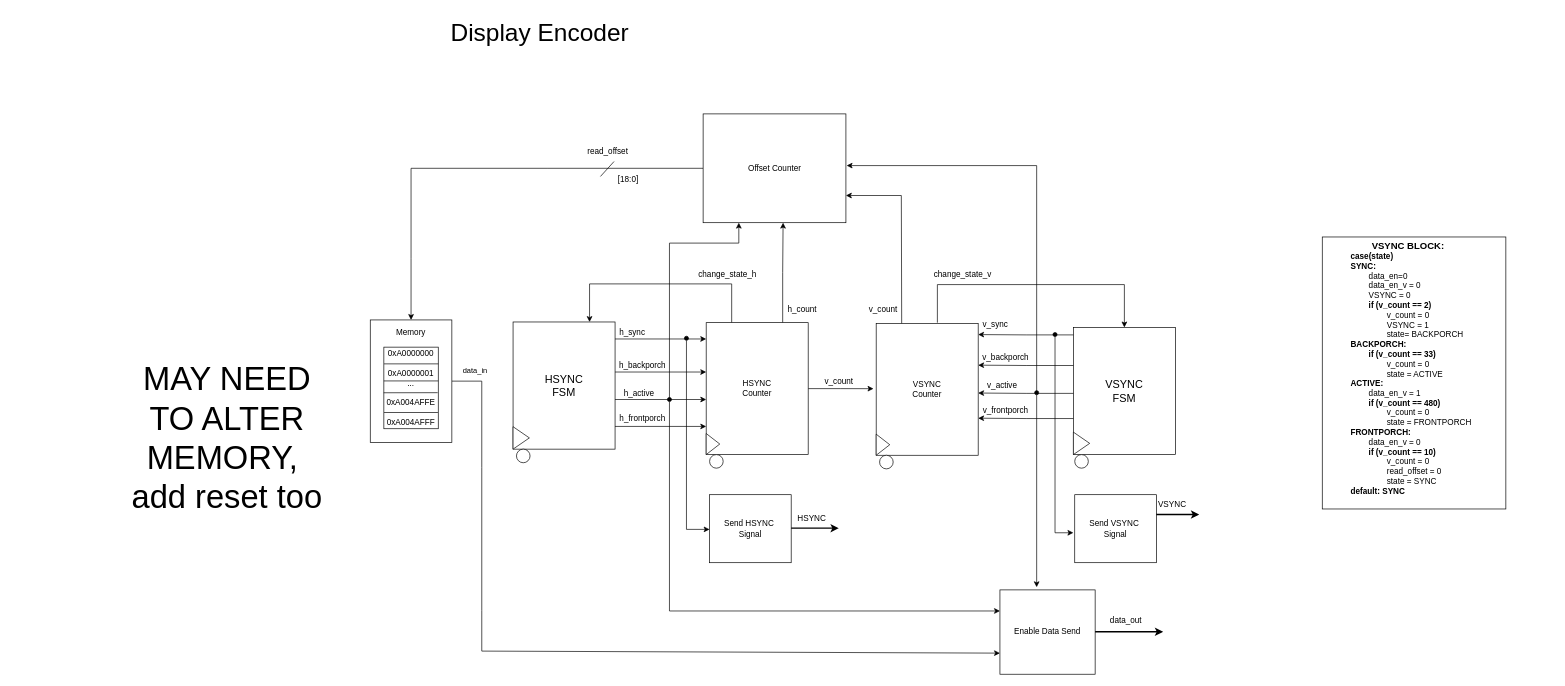
limichael246/STARS_2024 keeps this draw.io diagram as Display_Encoder2.0.drawio. Above is the earlier version. Source tidied: cells renumbered, new cells numbered last; positions are measured from the earlier drawing's top-left corner, leaving out a move shared by most shapes. Both pictures are drawn from the tidied source at 68%, with x=0, y=0 at pixel (125, 12).
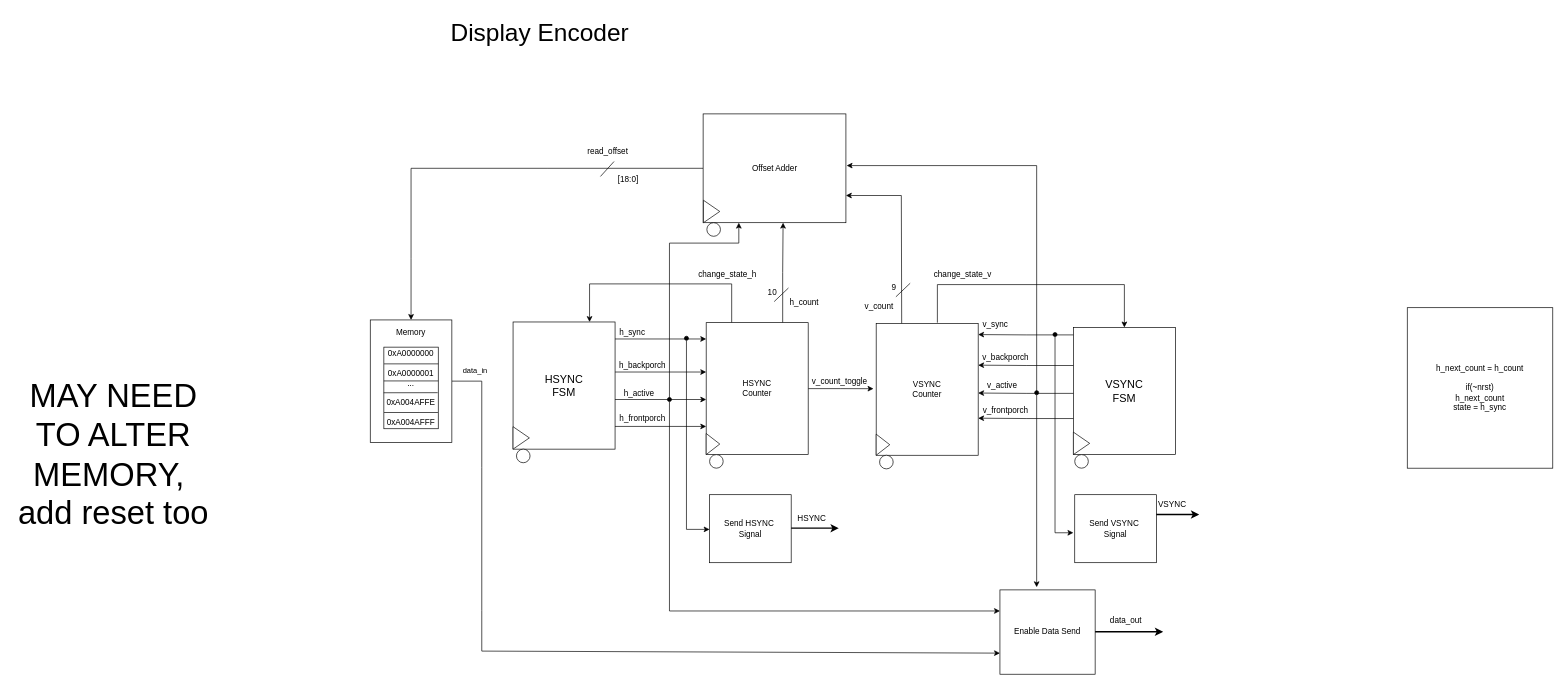
The same page after the edit.

The edit, as a diff of the source:
```diff
@@
-    <mxCell id="15" value="&lt;blockquote style=&quot;margin: 0 0 0 40px; border: none; padding: 0px;&quot;&gt;&lt;b&gt;&lt;font style=&quot;font-size: 14px;&quot;&gt;&lt;span style=&quot;white-space: pre;&quot;&gt;&#9;&lt;/span&gt;VSYNC BLOCK:&lt;/font&gt;&lt;/b&gt;&lt;div&gt;&lt;b&gt;case(state)&lt;/b&gt;&lt;/div&gt;&lt;div&gt;&lt;b&gt;SYNC:&lt;/b&gt;&lt;/div&gt;&lt;div&gt;&lt;div&gt;&lt;span style=&quot;white-space: pre;&quot;&gt;&#9;&lt;/span&gt;data_en=0&lt;/div&gt;&lt;/div&gt;&lt;div&gt;&lt;div&gt;&lt;span style=&quot;white-space: pre;&quot;&gt;&#9;&lt;/span&gt;data_en_v = 0&lt;/div&gt;&lt;/div&gt;&lt;div&gt;&lt;div&gt;&lt;span style=&quot;white-space: pre;&quot;&gt;&#9;&lt;/span&gt;VSYNC = 0&lt;/div&gt;&lt;/div&gt;&lt;div&gt;&lt;div&gt;&lt;div&gt;&lt;b&gt;&lt;span style=&quot;white-space: pre;&quot;&gt;&#9;&lt;/span&gt;if (v_count == 2)&lt;/b&gt;&lt;/div&gt;&lt;/div&gt;&lt;/div&gt;&lt;div&gt;&lt;div&gt;&lt;div&gt;&lt;span style=&quot;white-space: pre;&quot;&gt;&#9;&lt;span style=&quot;white-space: pre;&quot;&gt;&#9;&lt;/span&gt;&lt;/span&gt;v_count = 0&lt;/div&gt;&lt;/div&gt;&lt;/div&gt;&lt;div&gt;&lt;span style=&quot;white-space: pre;&quot;&gt;&#9;&lt;/span&gt;&lt;span style=&quot;white-space: pre;&quot;&gt;&#9;&lt;/span&gt;&lt;span style=&quot;background-color: initial;&quot;&gt;VSYNC = 1&lt;/span&gt;&lt;/div&gt;&lt;div&gt;&lt;div&gt;&lt;span style=&quot;white-space: pre;&quot;&gt;&#9;&lt;span style=&quot;white-space: pre;&quot;&gt;&#9;&lt;/span&gt;&lt;/span&gt;state= BACKPORCH&lt;/div&gt;&lt;/div&gt;&lt;div&gt;&lt;div&gt;&lt;b&gt;BACKPORCH:&lt;/b&gt;&lt;/div&gt;&lt;/div&gt;&lt;div&gt;&lt;div&gt;&lt;div&gt;&lt;div&gt;&lt;b&gt;&lt;span style=&quot;white-space: pre;&quot;&gt;&#9;&lt;/span&gt;if (v_count == 33)&lt;/b&gt;&lt;/div&gt;&lt;/div&gt;&lt;/div&gt;&lt;/div&gt;&lt;div&gt;&lt;div&gt;&lt;div&gt;&lt;div&gt;&lt;span style=&quot;white-space: pre;&quot;&gt;&#9;&lt;span style=&quot;white-space: pre;&quot;&gt;&#9;&lt;/span&gt;&lt;/span&gt;v_count = 0&lt;/div&gt;&lt;/div&gt;&lt;/div&gt;&lt;/div&gt;&lt;div&gt;&lt;div&gt;&lt;div&gt;&lt;span style=&quot;white-space: pre;&quot;&gt;&#9;&lt;span style=&quot;white-space: pre;&quot;&gt;&#9;&lt;/span&gt;&lt;/span&gt;state = ACTIVE&lt;/div&gt;&lt;/div&gt;&lt;/div&gt;&lt;div&gt;&lt;div&gt;&lt;b&gt;ACTIVE:&lt;/b&gt;&lt;/div&gt;&lt;/div&gt;&lt;div&gt;&lt;div&gt;&lt;span style=&quot;white-space: pre;&quot;&gt;&#9;&lt;/span&gt;data_en_v = 1&lt;/div&gt;&lt;/div&gt;&lt;div&gt;&lt;div&gt;&lt;div&gt;&lt;div&gt;&lt;b&gt;&lt;span style=&quot;white-space: pre;&quot;&gt;&#9;&lt;/span&gt;if (v_count == 480)&lt;/b&gt;&lt;/div&gt;&lt;/div&gt;&lt;/div&gt;&lt;/div&gt;&lt;div&gt;&lt;div&gt;&lt;div&gt;&lt;div&gt;&lt;span style=&quot;white-space: pre;&quot;&gt;&#9;&lt;/span&gt;&lt;span style=&quot;white-space: pre;&quot;&gt;&#9;&lt;/span&gt;v_count = 0&lt;/div&gt;&lt;/div&gt;&lt;/div&gt;&lt;/div&gt;&lt;div&gt;&lt;div&gt;&lt;div&gt;&lt;span style=&quot;white-space: pre;&quot;&gt;&#9;&lt;/span&gt;&lt;span style=&quot;white-space: pre;&quot;&gt;&#9;&lt;/span&gt;state = FRONTPORCH&lt;/div&gt;&lt;/div&gt;&lt;/div&gt;&lt;div&gt;&lt;div&gt;&lt;b&gt;FRONTPORCH:&lt;/b&gt;&lt;/div&gt;&lt;/div&gt;&lt;div&gt;&lt;div&gt;&lt;span style=&quot;white-space: pre;&quot;&gt;&#9;&lt;/span&gt;data_en_v = 0&lt;/div&gt;&lt;/div&gt;&lt;div&gt;&lt;div&gt;&lt;div&gt;&lt;b&gt;&lt;span style=&quot;white-space: pre;&quot;&gt;&#9;&lt;/span&gt;if (v_count == 10)&lt;/b&gt;&lt;/div&gt;&lt;/div&gt;&lt;/div&gt;&lt;div&gt;&lt;div&gt;&lt;div&gt;&lt;span style=&quot;white-space: pre;&quot;&gt;&#9;&lt;/span&gt;&lt;span style=&quot;white-space: pre;&quot;&gt;&#9;&lt;/span&gt;v_count = 0&lt;/div&gt;&lt;/div&gt;&lt;/div&gt;&lt;div&gt;&lt;div&gt;&lt;span style=&quot;white-space: pre;&quot;&gt;&#9;&lt;/span&gt;&lt;span style=&quot;white-space: pre;&quot;&gt;&#9;&lt;/span&gt;read_offset = 0&lt;/div&gt;&lt;/div&gt;&lt;div&gt;&lt;div&gt;&lt;span style=&quot;white-space: pre;&quot;&gt;&#9;&lt;/span&gt;&lt;span style=&quot;white-space: pre;&quot;&gt;&#9;&lt;/span&gt;state = SYNC&lt;/div&gt;&lt;/div&gt;&lt;div&gt;&lt;div&gt;&lt;b&gt;default: SYNC&lt;/b&gt;&lt;/div&gt;&lt;/div&gt;&lt;div&gt;&lt;b&gt;&lt;br&gt;&lt;/b&gt;&lt;/div&gt;&lt;/blockquote&gt;" style="whiteSpace=wrap;html=1;align=left;" parent="1" vertex="1">
-      <mxGeometry x="1760" y="331" width="270" height="400" as="geometry" />
-    </mxCell>
@@
     <mxCell id="21" value="&lt;font style=&quot;font-size: 48px;&quot;&gt;MAY NEED&lt;/font&gt;&lt;div&gt;&lt;font style=&quot;font-size: 48px;&quot;&gt;TO ALTER&lt;/font&gt;&lt;/div&gt;&lt;div&gt;&lt;font style=&quot;font-size: 48px;&quot;&gt;MEMORY,&amp;nbsp;&lt;/font&gt;&lt;/div&gt;&lt;div&gt;&lt;font style=&quot;font-size: 48px;&quot;&gt;add reset too&lt;/font&gt;&lt;/div&gt;" style="text;html=1;align=center;verticalAlign=middle;strokeColor=none;fillColor=none;" parent="1" vertex="1">
-      <mxGeometry y="505.5" width="298" height="242" as="geometry" />
+      <mxGeometry x="-167" y="530" width="298" height="242" as="geometry" />
     </mxCell>
@@
-    <mxCell id="53" value="v_count" style="text;html=1;align=center;verticalAlign=middle;strokeColor=none;fillColor=none;" parent="1" vertex="1">
-      <mxGeometry x="1014" y="528" width="70" height="30" as="geometry" />
+    <mxCell id="53" value="v_count_toggle" style="text;html=1;align=center;verticalAlign=middle;strokeColor=none;fillColor=none;" parent="1" vertex="1">
+      <mxGeometry x="1000" y="530" width="99" height="26" as="geometry" />
     </mxCell>
@@
-    <mxCell id="65" value="Offset Counter" style="whiteSpace=wrap;html=1;" parent="1" vertex="1">
+    <mxCell id="65" value="Offset Adder" style="whiteSpace=wrap;html=1;" parent="1" vertex="1">
       <mxGeometry x="849.5" y="150" width="210" height="160" as="geometry" />
     </mxCell>
@@
     <mxCell id="67" value="h_count" style="text;html=1;align=center;verticalAlign=middle;strokeColor=none;fillColor=none;" parent="1" vertex="1">
-      <mxGeometry x="960" y="423" width="70" height="30" as="geometry" />
+      <mxGeometry x="963" y="413" width="70" height="30" as="geometry" />
     </mxCell>
@@
     <mxCell id="69" value="v_count" style="text;html=1;align=center;verticalAlign=middle;strokeColor=none;fillColor=none;" parent="1" vertex="1">
-      <mxGeometry x="1079" y="423" width="70" height="30" as="geometry" />
+      <mxGeometry x="1073" y="419" width="70" height="30" as="geometry" />
     </mxCell>
@@
+    <mxCell id="71" style="triangle;whiteSpace=wrap;html=1;" parent="1" vertex="1">
+      <mxGeometry x="850" y="277" width="24" height="33" as="geometry" />
+    </mxCell>
+    <mxCell id="72" style="ellipse;whiteSpace=wrap;html=1;" parent="1" vertex="1">
+      <mxGeometry x="855" y="310" width="20" height="20" as="geometry" />
+    </mxCell>
+    <mxCell id="73" value="h_next_count = h_count&lt;div&gt;&lt;br&gt;&lt;/div&gt;&lt;div&gt;if(~nrst)&lt;/div&gt;&lt;div&gt;h_next_count&lt;br&gt;&lt;/div&gt;&lt;div&gt;state = h_sync&lt;/div&gt;" style="whiteSpace=wrap;html=1;" parent="1" vertex="1">
+      <mxGeometry x="1885" y="435" width="214" height="236" as="geometry" />
+    </mxCell>
+    <mxCell id="74" style="endArrow=none;html=1;rounded=0;" parent="1" edge="1">
+      <mxGeometry relative="1" as="geometry">
+        <mxPoint x="954" y="426" as="sourcePoint" />
+        <mxPoint x="975" y="406" as="targetPoint" />
+      </mxGeometry>
+    </mxCell>
+    <mxCell id="75" value="10" style="text;html=1;align=center;verticalAlign=middle;strokeColor=none;fillColor=none;" parent="1" vertex="1">
+      <mxGeometry x="935" y="400" width="31" height="26" as="geometry" />
+    </mxCell>
+    <mxCell id="76" style="endArrow=none;html=1;rounded=0;" parent="1" edge="1">
+      <mxGeometry relative="1" as="geometry">
+        <mxPoint x="1133" y="419" as="sourcePoint" />
+        <mxPoint x="1154" y="399" as="targetPoint" />
+      </mxGeometry>
+    </mxCell>
+    <mxCell id="77" value="9" style="text;html=1;align=center;verticalAlign=middle;strokeColor=none;fillColor=none;" parent="1" vertex="1">
+      <mxGeometry x="1117" y="393" width="25" height="26" as="geometry" />
+    </mxCell>
```
